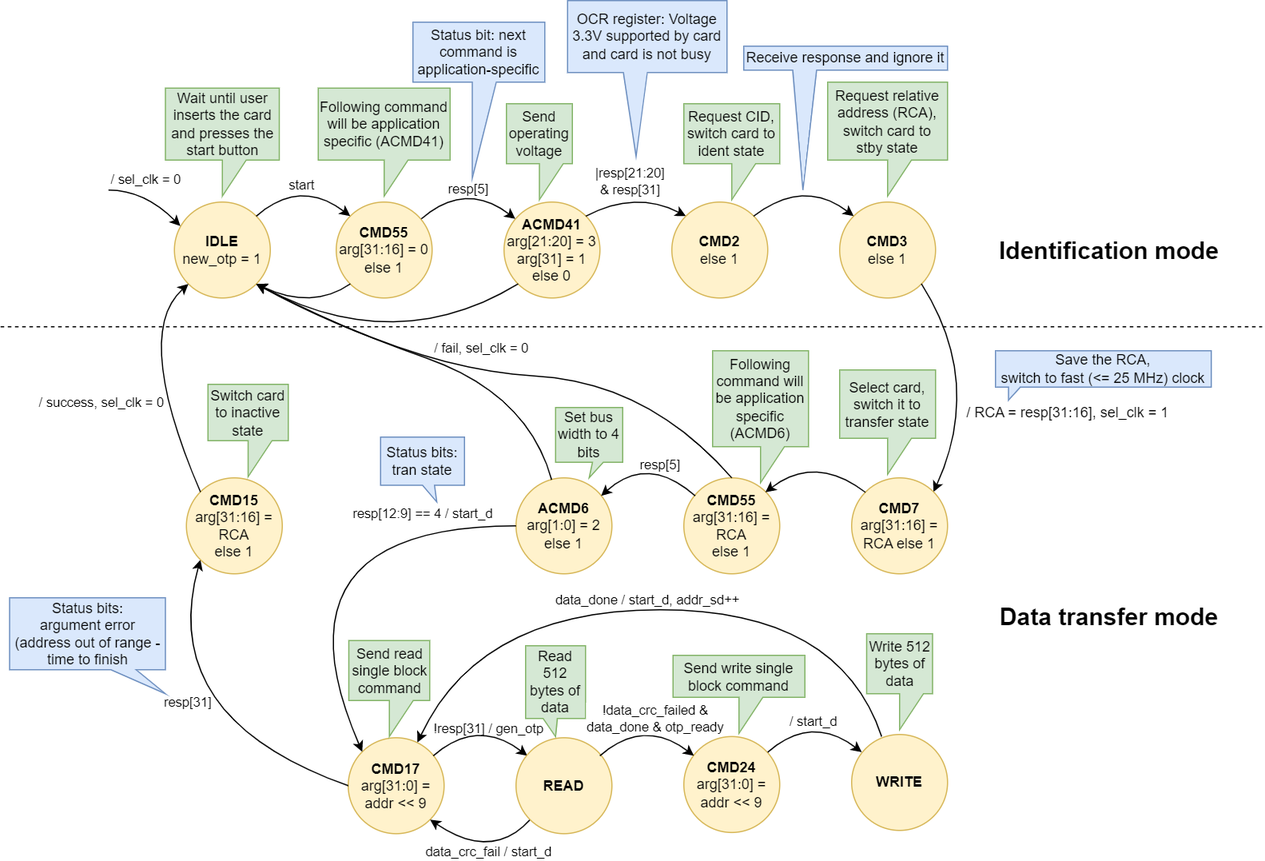
Before: docs/SD/SD_fpga_states.png, a diagram exported from draw.io (sirazenkov/GhostSD). Source tidied: cells renumbered, new cells last; positions are measured from the earlier drawing's top-left corner, leaving out a move shared by most shapes.
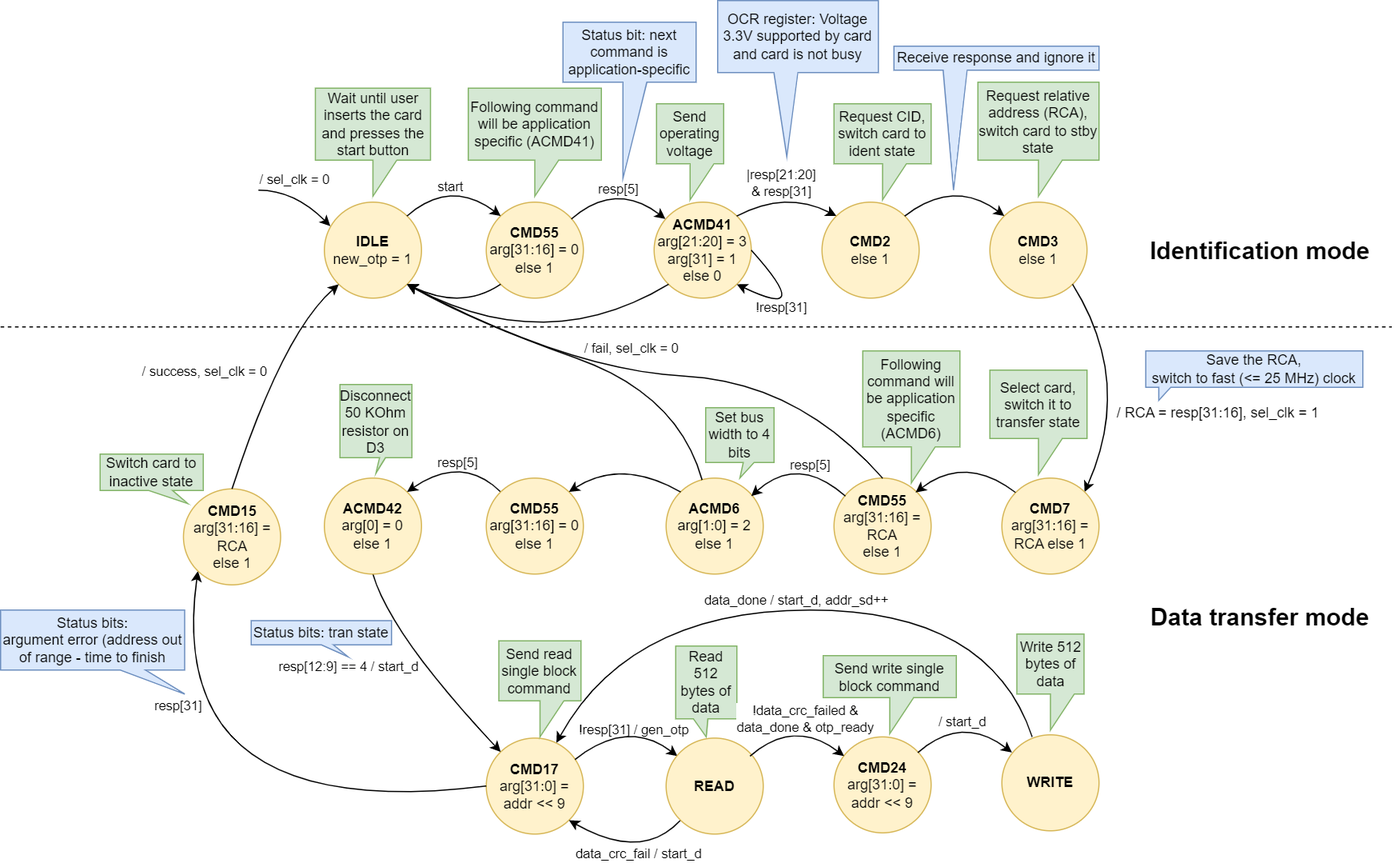
After the change.

Commit message:
Added ACMD42 command on diagram and ACMD41 cycle

Diff of the diagram source:
```diff
@@ -5,6 +5,6 @@
     <mxCell id="2" value="&lt;b&gt;IDLE&lt;/b&gt;&lt;br&gt;new_otp = 1" style="ellipse;whiteSpace=wrap;html=1;fillColor=#fff2cc;strokeColor=#d6b656;" parent="1" vertex="1">
-      <mxGeometry x="145" y="168" width="80" height="80" as="geometry" />
+      <mxGeometry x="145" y="168" width="81" height="80" as="geometry" />
     </mxCell>
     <mxCell id="3" value="&lt;b&gt;CMD55&lt;br&gt;&lt;/b&gt;arg[31:16] = 0&lt;br&gt;else 1" style="ellipse;whiteSpace=wrap;html=1;fillColor=#fff2cc;strokeColor=#d6b656;" parent="1" vertex="1">
-      <mxGeometry x="280" y="168" width="80" height="80" as="geometry" />
+      <mxGeometry x="280" y="168" width="81" height="80" as="geometry" />
     </mxCell>
@@ -37,3 +37,3 @@
     <mxCell id="8" value="&lt;b&gt;ACMD41&lt;/b&gt;&lt;br&gt;arg[21:20] = 3&lt;br&gt;arg[31] = 1&lt;br&gt;else 0" style="ellipse;whiteSpace=wrap;html=1;fillColor=#fff2cc;strokeColor=#d6b656;" parent="1" vertex="1">
-      <mxGeometry x="420" y="168" width="80" height="80" as="geometry" />
+      <mxGeometry x="420" y="168" width="81" height="80" as="geometry" />
     </mxCell>
@@ -66,3 +66,3 @@
     <mxCell id="13" value="&lt;b&gt;CMD2&lt;/b&gt;&lt;br&gt;else 1" style="ellipse;whiteSpace=wrap;html=1;fillColor=#fff2cc;strokeColor=#d6b656;" parent="1" vertex="1">
-      <mxGeometry x="560" y="168" width="80" height="80" as="geometry" />
+      <mxGeometry x="560" y="168" width="81" height="80" as="geometry" />
     </mxCell>
@@ -76,3 +76,3 @@
     <mxCell id="15" value="&lt;b&gt;CMD3&lt;/b&gt;&lt;br&gt;else 1" style="ellipse;whiteSpace=wrap;html=1;fillColor=#fff2cc;strokeColor=#d6b656;" parent="1" vertex="1">
-      <mxGeometry x="700" y="168" width="80" height="80" as="geometry" />
+      <mxGeometry x="700" y="168" width="81" height="80" as="geometry" />
     </mxCell>
@@ -96,6 +96,6 @@
     <mxCell id="19" value="&lt;b&gt;CMD7&lt;/b&gt;&lt;br&gt;arg[31:16] = RCA else 1" style="ellipse;whiteSpace=wrap;html=1;fillColor=#fff2cc;strokeColor=#d6b656;" parent="1" vertex="1">
-      <mxGeometry x="710" y="398" width="80" height="80" as="geometry" />
+      <mxGeometry x="710" y="398" width="81" height="80" as="geometry" />
     </mxCell>
     <mxCell id="20" value="&lt;b&gt;CMD55&lt;/b&gt;&lt;br&gt;arg[31:16] = RCA&lt;br&gt;else 1" style="ellipse;whiteSpace=wrap;html=1;fillColor=#fff2cc;strokeColor=#d6b656;" parent="1" vertex="1">
-      <mxGeometry x="570" y="398" width="80" height="80" as="geometry" />
+      <mxGeometry x="570" y="398" width="81" height="80" as="geometry" />
     </mxCell>
@@ -111,3 +111,3 @@
     <mxCell id="22" value="&lt;b&gt;ACMD6&lt;/b&gt;&lt;br&gt;arg[1:0] = 2&lt;br&gt;else 1" style="ellipse;whiteSpace=wrap;html=1;fillColor=#fff2cc;strokeColor=#d6b656;" parent="1" vertex="1">
-      <mxGeometry x="430" y="398" width="80" height="80" as="geometry" />
+      <mxGeometry x="430" y="398" width="81" height="80" as="geometry" />
     </mxCell>
@@ -128,8 +128,8 @@
     <mxCell id="25" value="&lt;b&gt;CMD17&lt;/b&gt;&lt;br&gt;arg[31:0] = addr &amp;lt;&amp;lt; 9" style="ellipse;whiteSpace=wrap;html=1;fillColor=#fff2cc;strokeColor=#d6b656;" parent="1" vertex="1">
-      <mxGeometry x="290" y="614.7" width="80" height="80" as="geometry" />
+      <mxGeometry x="280" y="614.7" width="81" height="80" as="geometry" />
     </mxCell>
-    <mxCell id="26" style="curved=1;endArrow=none;html=1;rounded=0;entryX=0;entryY=0.5;entryDx=0;entryDy=0;exitX=0;exitY=0;exitDx=0;exitDy=0;startArrow=classic;startFill=1;endFill=0;" parent="1" edge="1" source="25" target="22">
+    <mxCell id="26" style="curved=1;endArrow=none;html=1;rounded=0;exitX=0;exitY=0;exitDx=0;exitDy=0;startArrow=classic;startFill=1;endFill=0;entryX=0.5;entryY=1;entryDx=0;entryDy=0;" parent="1" edge="1" source="25" target="72">
       <mxGeometry relative="1" as="geometry">
         <Array as="points">
-          <mxPoint x="220" y="438" />
+          <mxPoint x="200" y="528" />
         </Array>
@@ -139,3 +139,3 @@
       <mxGeometry x="0.23" y="-13" relative="1" as="geometry">
-        <mxPoint x="81" y="-24" as="offset" />
+        <mxPoint x="-58" y="21" as="offset" />
       </mxGeometry>
@@ -143,7 +143,6 @@
     <mxCell id="28" value="&lt;b&gt;CMD24&lt;/b&gt;&lt;br&gt;arg[31:0] = addr &amp;lt;&amp;lt; 9" style="ellipse;whiteSpace=wrap;html=1;fillColor=#fff2cc;strokeColor=#d6b656;" parent="1" vertex="1">
-      <mxGeometry x="570" y="613.7" width="80" height="80" as="geometry" />
+      <mxGeometry x="570" y="613.7" width="81" height="80" as="geometry" />
     </mxCell>
-    <mxCell id="29" style="curved=1;endArrow=classic;html=1;rounded=0;entryX=0;entryY=0;entryDx=0;entryDy=0;exitX=1;exitY=0;exitDx=0;exitDy=0;" parent="1" edge="1">
+    <mxCell id="29" style="curved=1;endArrow=classic;html=1;rounded=0;entryX=0;entryY=0;entryDx=0;entryDy=0;exitX=0.913;exitY=0.223;exitDx=0;exitDy=0;exitPerimeter=0;" parent="1" edge="1" source="25">
       <mxGeometry relative="1" as="geometry">
-        <mxPoint x="361" y="629.7" as="sourcePoint" />
         <mxPoint x="439.4" y="629.7" as="targetPoint" />
@@ -156,3 +155,3 @@
       <mxGeometry x="-0.37" y="-7" relative="1" as="geometry">
-        <mxPoint x="17" y="-8" as="offset" />
+        <mxPoint x="17" y="-10" as="offset" />
       </mxGeometry>
@@ -175,3 +174,3 @@
         <Array as="points">
-          <mxPoint x="130" y="598" />
+          <mxPoint x="10" y="688" />
         </Array>
@@ -181,3 +180,3 @@
       <mxGeometry x="0.31" y="-50" relative="1" as="geometry">
-        <mxPoint x="-31" y="3" as="offset" />
+        <mxPoint x="-44" y="-62" as="offset" />
       </mxGeometry>
@@ -185,5 +184,5 @@
     <mxCell id="35" value="&lt;b&gt;CMD15&lt;/b&gt;&lt;br&gt;arg[31:16] = RCA&lt;br&gt;else 1" style="ellipse;whiteSpace=wrap;html=1;fillColor=#fff2cc;strokeColor=#d6b656;" parent="1" vertex="1">
-      <mxGeometry x="155" y="398" width="80" height="80" as="geometry" />
+      <mxGeometry x="27.5" y="407" width="81" height="80" as="geometry" />
     </mxCell>
-    <mxCell id="36" style="curved=1;endArrow=classic;html=1;rounded=0;entryX=0;entryY=1;entryDx=0;entryDy=0;exitX=0;exitY=0;exitDx=0;exitDy=0;" parent="1" edge="1" source="35" target="2">
+    <mxCell id="36" style="curved=1;endArrow=classic;html=1;rounded=0;entryX=0;entryY=1;entryDx=0;entryDy=0;exitX=0.5;exitY=0;exitDx=0;exitDy=0;" parent="1" edge="1" source="35" target="2">
       <mxGeometry relative="1" as="geometry">
@@ -196,3 +195,3 @@
       <mxGeometry x="-0.37" y="-7" relative="1" as="geometry">
-        <mxPoint x="-64" y="-13" as="offset" />
+        <mxPoint x="-50" y="-41" as="offset" />
       </mxGeometry>
@@ -200,6 +199,6 @@
     <mxCell id="38" value="Wait until user inserts the card and presses the start button" style="shape=callout;whiteSpace=wrap;html=1;perimeter=calloutPerimeter;fillColor=#d5e8d4;strokeColor=#82b366;" parent="1" vertex="1">
-      <mxGeometry x="137.5" y="73" width="95" height="90" as="geometry" />
+      <mxGeometry x="137.5" y="73" width="96" height="90" as="geometry" />
     </mxCell>
     <mxCell id="39" value="Following command will be application specific (ACMD41)" style="shape=callout;whiteSpace=wrap;html=1;perimeter=calloutPerimeter;fillColor=#d5e8d4;strokeColor=#82b366;" parent="1" vertex="1">
-      <mxGeometry x="265" y="73" width="110" height="90" as="geometry" />
+      <mxGeometry x="265" y="73" width="111" height="90" as="geometry" />
     </mxCell>
@@ -234,24 +233,24 @@
     <mxCell id="44" value="Send read single block command" style="shape=callout;whiteSpace=wrap;html=1;perimeter=calloutPerimeter;fillColor=#d5e8d4;strokeColor=#82b366;" parent="1" vertex="1">
-      <mxGeometry x="290.5" y="533.7" width="67.5" height="80" as="geometry" />
+      <mxGeometry x="290.5" y="533.7" width="68.5" height="80" as="geometry" />
     </mxCell>
     <mxCell id="45" value="Send write single block command" style="shape=callout;whiteSpace=wrap;html=1;perimeter=calloutPerimeter;fillColor=#d5e8d4;strokeColor=#82b366;" parent="1" vertex="1">
-      <mxGeometry x="561" y="546" width="110" height="65" as="geometry" />
+      <mxGeometry x="561" y="546" width="111" height="65" as="geometry" />
     </mxCell>
-    <mxCell id="46" value="Switch card to inactive state" style="shape=callout;whiteSpace=wrap;html=1;perimeter=calloutPerimeter;fillColor=#d5e8d4;strokeColor=#82b366;" parent="1" vertex="1">
-      <mxGeometry x="173" y="320" width="67" height="77" as="geometry" />
+    <mxCell id="46" value="Switch card to inactive state" style="shape=callout;whiteSpace=wrap;html=1;perimeter=calloutPerimeter;fillColor=#d5e8d4;strokeColor=#82b366;position2=0.85;base=20;size=11;position=0.47;" parent="1" vertex="1">
+      <mxGeometry x="-42" y="378" width="86" height="41.2" as="geometry" />
     </mxCell>
     <mxCell id="47" value="Set bus width to 4 bits" style="shape=callout;whiteSpace=wrap;html=1;perimeter=calloutPerimeter;fillColor=#d5e8d4;strokeColor=#82b366;size=13;position=0.55;base=9;" parent="1" vertex="1">
-      <mxGeometry x="463" y="339.2" width="56" height="58.8" as="geometry" />
+      <mxGeometry x="463" y="339.2" width="57" height="58.8" as="geometry" />
     </mxCell>
     <mxCell id="48" value="Following command will be application specific (ACMD6)" style="shape=callout;whiteSpace=wrap;html=1;perimeter=calloutPerimeter;fillColor=#d5e8d4;strokeColor=#82b366;" parent="1" vertex="1">
-      <mxGeometry x="594" y="292" width="80" height="110" as="geometry" />
+      <mxGeometry x="594" y="292" width="81" height="110" as="geometry" />
     </mxCell>
     <mxCell id="49" value="Send operating voltage" style="shape=callout;whiteSpace=wrap;html=1;perimeter=calloutPerimeter;fillColor=#d5e8d4;strokeColor=#82b366;" parent="1" vertex="1">
-      <mxGeometry x="422" y="86" width="55" height="80" as="geometry" />
+      <mxGeometry x="422" y="86" width="56" height="80" as="geometry" />
     </mxCell>
     <mxCell id="50" value="Request CID, switch card to ident state" style="shape=callout;whiteSpace=wrap;html=1;perimeter=calloutPerimeter;fillColor=#d5e8d4;strokeColor=#82b366;" parent="1" vertex="1">
-      <mxGeometry x="570" y="86" width="80" height="80" as="geometry" />
+      <mxGeometry x="570" y="86" width="81" height="80" as="geometry" />
     </mxCell>
     <mxCell id="51" value="Request relative address (RCA), switch card to stby state" style="shape=callout;whiteSpace=wrap;html=1;perimeter=calloutPerimeter;fillColor=#d5e8d4;strokeColor=#82b366;" parent="1" vertex="1">
-      <mxGeometry x="690" y="68" width="100" height="95" as="geometry" />
+      <mxGeometry x="690" y="68" width="101" height="95" as="geometry" />
     </mxCell>
@@ -259,4 +258,4 @@
       <mxGeometry relative="1" as="geometry">
-        <mxPoint y="272" as="sourcePoint" />
-        <mxPoint x="1052.4" y="272" as="targetPoint" />
+        <mxPoint x="-125" y="272" as="sourcePoint" />
+        <mxPoint x="1035" y="272" as="targetPoint" />
       </mxGeometry>
@@ -264,27 +263,27 @@
     <mxCell id="53" value="&lt;font style=&quot;font-size: 20px;&quot;&gt;&lt;b&gt;Identification mode&lt;/b&gt;&lt;/font&gt;" style="text;html=1;strokeColor=none;fillColor=none;align=center;verticalAlign=middle;whiteSpace=wrap;rounded=0;labelBackgroundColor=none;" parent="1" vertex="1">
-      <mxGeometry x="830" y="193" width="190" height="30" as="geometry" />
+      <mxGeometry x="830" y="193" width="191" height="30" as="geometry" />
     </mxCell>
     <mxCell id="54" value="&lt;font style=&quot;font-size: 20px;&quot;&gt;&lt;b&gt;Data transfer mode&lt;/b&gt;&lt;/font&gt;" style="text;html=1;strokeColor=none;fillColor=none;align=center;verticalAlign=middle;whiteSpace=wrap;rounded=0;labelBackgroundColor=none;" parent="1" vertex="1">
-      <mxGeometry x="830" y="498" width="190" height="30" as="geometry" />
+      <mxGeometry x="830" y="498" width="191" height="30" as="geometry" />
     </mxCell>
     <mxCell id="55" value="Select card, switch it to transfer state" style="shape=callout;whiteSpace=wrap;html=1;perimeter=calloutPerimeter;fillColor=#d5e8d4;strokeColor=#82b366;" parent="1" vertex="1">
-      <mxGeometry x="700" y="308" width="80" height="87" as="geometry" />
+      <mxGeometry x="700" y="308" width="81" height="87" as="geometry" />
     </mxCell>
     <mxCell id="56" value="Status bit: next command is application-specific" style="shape=callout;whiteSpace=wrap;html=1;perimeter=calloutPerimeter;fillColor=#dae8fc;strokeColor=#6c8ebf;size=80;position=0.45;position2=0.45;" parent="1" vertex="1">
-      <mxGeometry x="344" y="18" width="110" height="130" as="geometry" />
+      <mxGeometry x="344" y="18" width="111" height="130" as="geometry" />
     </mxCell>
     <mxCell id="57" value="OCR register: Voltage 3.3V supported by card and card is not busy" style="shape=callout;whiteSpace=wrap;html=1;perimeter=calloutPerimeter;fillColor=#dae8fc;strokeColor=#6c8ebf;size=70;position=0.35;position2=0.43;" parent="1" vertex="1">
-      <mxGeometry x="473" width="133" height="130" as="geometry" />
+      <mxGeometry x="473" width="134" height="130" as="geometry" />
     </mxCell>
     <mxCell id="58" value="Receive response and ignore it" style="shape=callout;whiteSpace=wrap;html=1;perimeter=calloutPerimeter;fillColor=#dae8fc;strokeColor=#6c8ebf;size=100;position=0.24;position2=0.29;" parent="1" vertex="1">
-      <mxGeometry x="620" y="38" width="170" height="120" as="geometry" />
+      <mxGeometry x="620" y="38" width="171" height="120" as="geometry" />
     </mxCell>
     <mxCell id="59" value="Save the RCA,&lt;br&gt;switch to fast (&amp;lt;= 25 MHz) clock" style="shape=callout;whiteSpace=wrap;html=1;perimeter=calloutPerimeter;fillColor=#dae8fc;strokeColor=#6c8ebf;size=11;position=0.06;position2=0.06;base=10;" parent="1" vertex="1">
-      <mxGeometry x="830" y="292" width="180" height="41.2" as="geometry" />
+      <mxGeometry x="830" y="292" width="181" height="41.2" as="geometry" />
     </mxCell>
-    <mxCell id="60" value="Status bits: tran state" style="shape=callout;whiteSpace=wrap;html=1;perimeter=calloutPerimeter;fillColor=#dae8fc;strokeColor=#6c8ebf;size=14;position=0.5;position2=0.67;base=10;" parent="1" vertex="1">
-      <mxGeometry x="317" y="364" width="70" height="54.1" as="geometry" />
+    <mxCell id="60" value="Status bits: tran state" style="shape=callout;whiteSpace=wrap;html=1;perimeter=calloutPerimeter;fillColor=#dae8fc;strokeColor=#6c8ebf;size=10;position=0.5;position2=0.69;base=10;" parent="1" vertex="1">
+      <mxGeometry x="84" y="516.9" width="117" height="30.1" as="geometry" />
     </mxCell>
     <mxCell id="61" value="Status bits:&lt;br&gt;argument error (address out of range - time to finish" style="shape=callout;whiteSpace=wrap;html=1;perimeter=calloutPerimeter;fillColor=#dae8fc;strokeColor=#6c8ebf;size=20;position=0.65;position2=1;base=21;" parent="1" vertex="1">
-      <mxGeometry x="7.5" y="498" width="130" height="80" as="geometry" />
+      <mxGeometry x="-125" y="508" width="153.5" height="70" as="geometry" />
     </mxCell>
@@ -303,9 +302,9 @@
     <mxCell id="64" value="Read 512 bytes of data" style="shape=callout;whiteSpace=wrap;html=1;perimeter=calloutPerimeter;fillColor=#d5e8d4;strokeColor=#82b366;size=15;position=0.29;base=12;" parent="1" vertex="1">
-      <mxGeometry x="438" y="538" width="50" height="75.7" as="geometry" />
+      <mxGeometry x="438" y="538" width="51" height="75.7" as="geometry" />
     </mxCell>
     <mxCell id="65" value="&lt;b&gt;READ&lt;/b&gt;" style="ellipse;whiteSpace=wrap;html=1;fillColor=#fff2cc;strokeColor=#d6b656;" parent="1" vertex="1">
-      <mxGeometry x="430" y="614.7" width="80" height="80" as="geometry" />
+      <mxGeometry x="430" y="614.7" width="81" height="80" as="geometry" />
     </mxCell>
     <mxCell id="66" value="&lt;b&gt;WRITE&lt;/b&gt;" style="ellipse;whiteSpace=wrap;html=1;fillColor=#fff2cc;strokeColor=#d6b656;" parent="1" vertex="1">
-      <mxGeometry x="710" y="612" width="80" height="80" as="geometry" />
+      <mxGeometry x="710" y="612" width="81" height="80" as="geometry" />
     </mxCell>
@@ -326,3 +325,3 @@
     <mxCell id="69" value="Write 512 bytes of data" style="shape=callout;whiteSpace=wrap;html=1;perimeter=calloutPerimeter;fillColor=#d5e8d4;strokeColor=#82b366;" parent="1" vertex="1">
-      <mxGeometry x="722.5" y="528" width="55" height="80" as="geometry" />
+      <mxGeometry x="722.5" y="528" width="56" height="80" as="geometry" />
     </mxCell>
@@ -342,2 +341,42 @@
     </mxCell>
+    <mxCell id="72" value="&lt;b&gt;ACMD42&lt;/b&gt;&lt;br&gt;arg[0] = 0&lt;br&gt;else 1" style="ellipse;whiteSpace=wrap;html=1;fillColor=#fff2cc;strokeColor=#d6b656;" parent="1" vertex="1">
+      <mxGeometry x="145" y="398" width="81" height="80" as="geometry" />
+    </mxCell>
+    <mxCell id="73" style="curved=1;endArrow=none;html=1;rounded=0;exitX=1;exitY=0;exitDx=0;exitDy=0;startArrow=classic;startFill=1;endFill=0;entryX=0;entryY=0;entryDx=0;entryDy=0;" parent="1" edge="1" source="72" target="75">
+      <mxGeometry relative="1" as="geometry">
+        <Array as="points">
+          <mxPoint x="260" y="378" />
+        </Array>
+      </mxGeometry>
+    </mxCell>
+    <mxCell id="74" value="resp[5]" style="edgeLabel;html=1;align=center;verticalAlign=middle;" parent="73" vertex="1">
+      <mxGeometry x="-0.37" y="-7" relative="1" as="geometry">
+        <mxPoint x="11" y="-13" as="offset" />
+      </mxGeometry>
+    </mxCell>
+    <mxCell id="75" value="&lt;b&gt;CMD55&lt;br&gt;&lt;/b&gt;arg[31:16] = 0&lt;br&gt;else 1" style="ellipse;whiteSpace=wrap;html=1;fillColor=#fff2cc;strokeColor=#d6b656;" parent="1" vertex="1">
+      <mxGeometry x="280" y="398" width="81" height="80" as="geometry" />
+    </mxCell>
+    <mxCell id="76" style="curved=1;endArrow=none;html=1;rounded=0;exitX=1;exitY=0;exitDx=0;exitDy=0;entryX=0;entryY=0;entryDx=0;entryDy=0;startArrow=classic;startFill=1;endFill=0;" parent="1" edge="1" source="75" target="22">
+      <mxGeometry relative="1" as="geometry">
+        <Array as="points">
+          <mxPoint x="392.7" y="381.3" />
+        </Array>
+      </mxGeometry>
+    </mxCell>
+    <mxCell id="77" value="Disconnect 50 KOhm resistor on D3" style="shape=callout;whiteSpace=wrap;html=1;perimeter=calloutPerimeter;fillColor=#d5e8d4;strokeColor=#82b366;size=13;position=0.55;base=5;" parent="1" vertex="1">
+      <mxGeometry x="158" y="320" width="60" height="74" as="geometry" />
+    </mxCell>
+    <mxCell id="78" style="curved=1;endArrow=classic;html=1;rounded=0;entryX=1;entryY=1;entryDx=0;entryDy=0;exitX=1;exitY=0.5;exitDx=0;exitDy=0;" parent="1" edge="1" source="8" target="8">
+      <mxGeometry relative="1" as="geometry">
+        <Array as="points">
+          <mxPoint x="555" y="268" />
+        </Array>
+      </mxGeometry>
+    </mxCell>
+    <mxCell id="79" value="!resp[31]" style="edgeLabel;html=1;align=center;verticalAlign=middle;" parent="78" vertex="1">
+      <mxGeometry x="0.34" y="-23" relative="1" as="geometry">
+        <mxPoint x="-20" y="18" as="offset" />
+      </mxGeometry>
+    </mxCell>
   </root>
```
